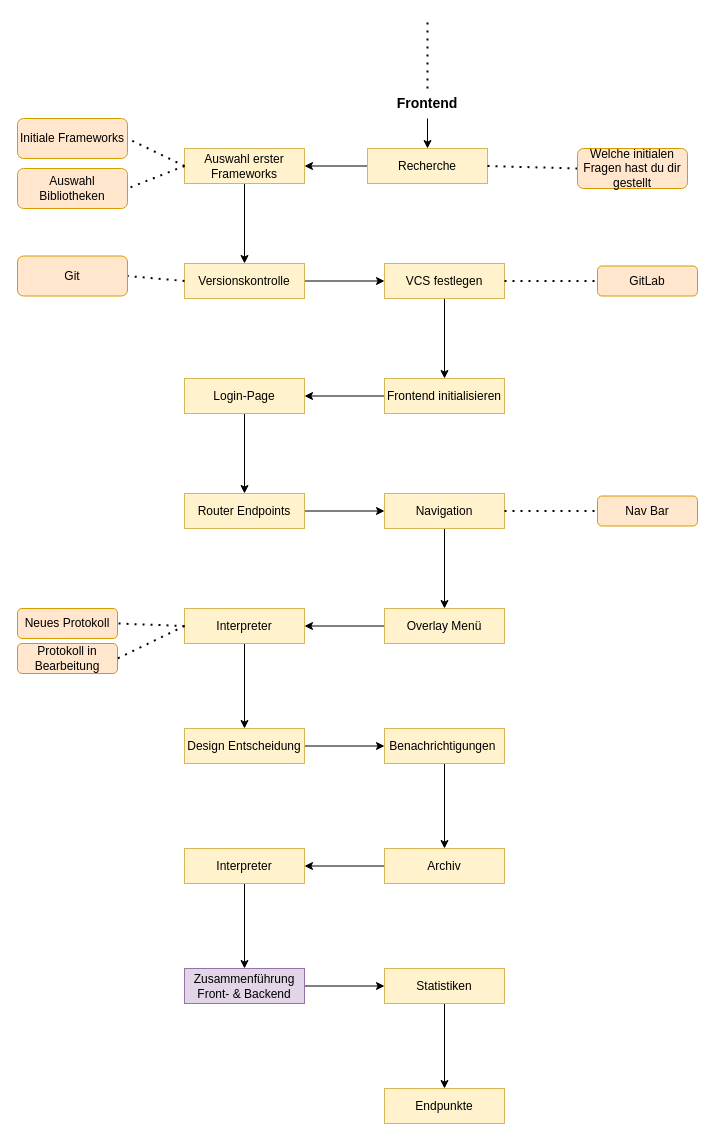
Earlier version of the draw.io diagram frontend/roadmap frontend/Roadmap_Frontend.drawio (SebastianGrab/ASP.NET_Backend). Source tidied: cells renumbered, new cells numbered last; positions are measured from the earlier drawing's top-left corner, leaving out a move shared by most shapes. Both pictures are drawn from the tidied source at 100%, with x=0, y=0 at pixel (17, 18).
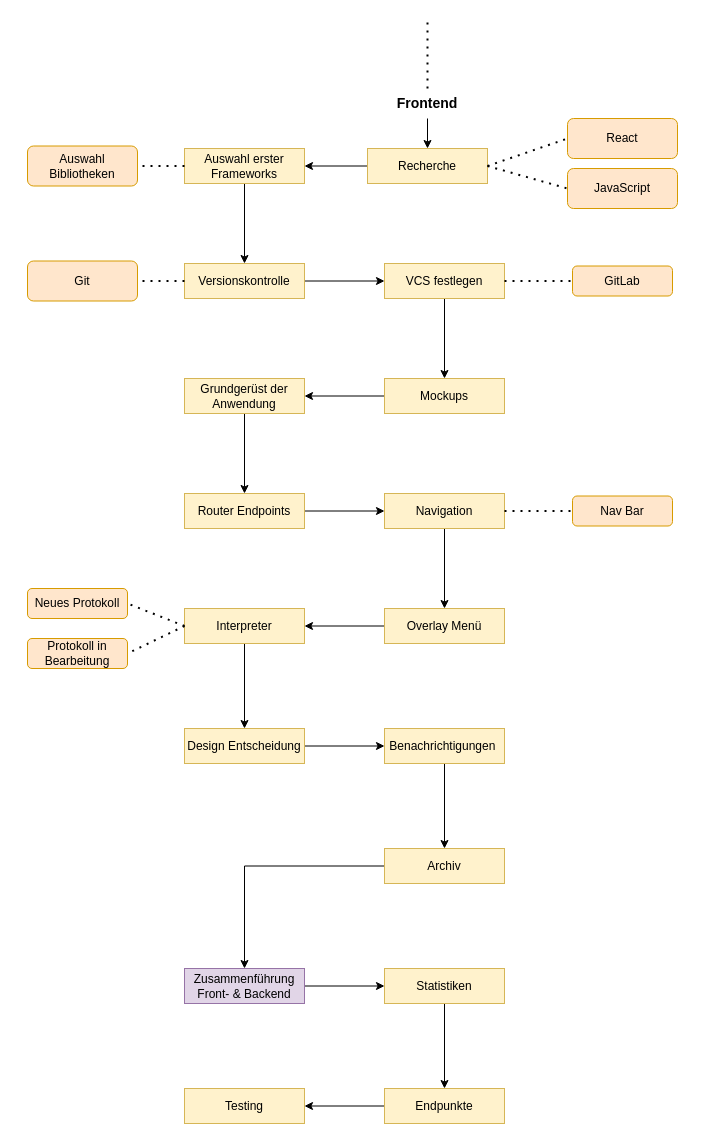
The same diagram, later.

Unchanged cells that the change refers to:
```xml
<mxCell id="6" value="Recherche" style="whiteSpace=wrap;html=1;fillColor=#fff2cc;strokeColor=#d6b656;" parent="1" vertex="1">
  <mxGeometry x="350" y="130" width="120" height="35" as="geometry" />
</mxCell>
<mxCell id="10" value="Auswahl erster Frameworks" style="whiteSpace=wrap;html=1;fillColor=#fff2cc;strokeColor=#d6b656;" parent="1" vertex="1">
  <mxGeometry x="167" y="130" width="120" height="35" as="geometry" />
</mxCell>
<mxCell id="46" value="Archiv" style="whiteSpace=wrap;html=1;fillColor=#fff2cc;strokeColor=#d6b656;" parent="1" vertex="1">
  <mxGeometry x="367" y="830" width="120" height="35" as="geometry" />
</mxCell>
<mxCell id="50" value="Zusammenführung Front- &amp;amp; Backend" style="whiteSpace=wrap;html=1;fillColor=#e1d5e7;strokeColor=#9673a6;" parent="1" vertex="1">
  <mxGeometry x="167" y="950" width="120" height="35" as="geometry" />
</mxCell>
<mxCell id="53" value="Endpunkte" style="whiteSpace=wrap;html=1;fillColor=#fff2cc;strokeColor=#d6b656;" parent="1" vertex="1">
  <mxGeometry x="367" y="1070" width="120" height="35" as="geometry" />
</mxCell>
```

Change to the diagram source:
```diff
@@
-    <mxCell id="8" value="Welche initialen Fragen hast du dir gestellt" style="rounded=1;whiteSpace=wrap;html=1;fillColor=#ffe6cc;strokeColor=#d79b00;" parent="1" vertex="1">
-      <mxGeometry x="560" y="130" width="110" height="40" as="geometry" />
+    <mxCell id="8" value="React" style="rounded=1;whiteSpace=wrap;html=1;fillColor=#ffe6cc;strokeColor=#d79b00;" parent="1" vertex="1">
+      <mxGeometry x="550" y="100" width="110" height="40" as="geometry" />
     </mxCell>
@@
-    <mxCell id="11" style="endArrow=none;dashed=1;html=1;dashPattern=1 3;strokeWidth=2;rounded=0;exitX=0;exitY=0.5;exitDx=0;exitDy=0;entryX=1;entryY=0.5;entryDx=0;entryDy=0;" parent="1" edge="1" source="10" target="12">
-      <mxGeometry relative="1" as="geometry" />
-    </mxCell>
-    <mxCell id="12" value="Initiale Frameworks" style="rounded=1;whiteSpace=wrap;html=1;fillColor=#ffe6cc;strokeColor=#d79b00;" parent="1" vertex="1">
-      <mxGeometry y="100" width="110" height="40" as="geometry" />
-    </mxCell>
@@
     <mxCell id="16" value="Git" style="rounded=1;whiteSpace=wrap;html=1;fillColor=#ffe6cc;strokeColor=#d79b00;" parent="1" vertex="1">
-      <mxGeometry y="237.5" width="110" height="40" as="geometry" />
+      <mxGeometry x="10" y="242.5" width="110" height="40" as="geometry" />
     </mxCell>
@@
     <mxCell id="20" value="GitLab" style="rounded=1;whiteSpace=wrap;html=1;fillColor=#ffe6cc;strokeColor=#d79b00;" parent="1" vertex="1">
-      <mxGeometry x="580" y="247.5" width="100" height="30" as="geometry" />
+      <mxGeometry x="555" y="247.5" width="100" height="30" as="geometry" />
     </mxCell>
@@
-    <mxCell id="22" value="Frontend initialisieren" style="whiteSpace=wrap;html=1;fillColor=#fff2cc;strokeColor=#d6b656;" parent="1" vertex="1">
+    <mxCell id="22" value="Mockups" style="whiteSpace=wrap;html=1;fillColor=#fff2cc;strokeColor=#d6b656;" parent="1" vertex="1">
       <mxGeometry x="367" y="360" width="120" height="35" as="geometry" />
     </mxCell>
@@
-    <mxCell id="24" value="Login-Page" style="whiteSpace=wrap;html=1;fillColor=#fff2cc;strokeColor=#d6b656;" parent="1" vertex="1">
+    <mxCell id="24" value="Grundgerüst der Anwendung" style="whiteSpace=wrap;html=1;fillColor=#fff2cc;strokeColor=#d6b656;" parent="1" vertex="1">
       <mxGeometry x="167" y="360" width="120" height="35" as="geometry" />
     </mxCell>
@@
     <mxCell id="31" value="Auswahl Bibliotheken" style="rounded=1;whiteSpace=wrap;html=1;fillColor=#ffe6cc;strokeColor=#d79b00;" parent="1" vertex="1">
-      <mxGeometry y="150" width="110" height="40" as="geometry" />
+      <mxGeometry x="10" y="127.5" width="110" height="40" as="geometry" />
     </mxCell>
@@
     <mxCell id="33" value="Nav Bar" style="rounded=1;whiteSpace=wrap;html=1;fillColor=#ffe6cc;strokeColor=#d79b00;" parent="1" vertex="1">
-      <mxGeometry x="580" y="477.5" width="100" height="30" as="geometry" />
+      <mxGeometry x="555" y="477.5" width="100" height="30" as="geometry" />
     </mxCell>
@@
     <mxCell id="37" value="Neues Protokoll" style="rounded=1;whiteSpace=wrap;html=1;fillColor=#ffe6cc;strokeColor=#d79b00;" parent="1" vertex="1">
-      <mxGeometry y="590" width="100" height="30" as="geometry" />
+      <mxGeometry x="10" y="570" width="100" height="30" as="geometry" />
     </mxCell>
@@
     <mxCell id="39" value="Protokoll in Bearbeitung" style="rounded=1;whiteSpace=wrap;html=1;fillColor=#ffe6cc;strokeColor=#d79b00;" parent="1" vertex="1">
-      <mxGeometry y="625" width="100" height="30" as="geometry" />
+      <mxGeometry x="10" y="620" width="100" height="30" as="geometry" />
     </mxCell>
@@
-    <mxCell id="45" style="edgeStyle=orthogonalEdgeStyle;rounded=0;jettySize=auto;html=1;" parent="1" edge="1" source="46" target="48">
+    <mxCell id="45" style="edgeStyle=orthogonalEdgeStyle;rounded=0;jettySize=auto;html=1;entryX=0.5;entryY=0;entryDx=0;entryDy=0;" parent="1" edge="1" source="46" target="50">
       <mxGeometry relative="1" as="geometry" />
     </mxCell>
@@
-    <mxCell id="47" style="edgeStyle=orthogonalEdgeStyle;rounded=0;jettySize=auto;html=1;" parent="1" edge="1" source="48" target="50">
-      <mxGeometry relative="1" as="geometry" />
-    </mxCell>
-    <mxCell id="48" value="Interpreter" style="whiteSpace=wrap;html=1;fillColor=#fff2cc;strokeColor=#d6b656;" parent="1" vertex="1">
-      <mxGeometry x="167" y="830" width="120" height="35" as="geometry" />
-    </mxCell>
@@
+    <mxCell id="54" style="edgeStyle=orthogonalEdgeStyle;rounded=0;jettySize=auto;html=1;" parent="1" edge="1" source="53">
+      <mxGeometry relative="1" as="geometry">
+        <mxPoint x="287" y="1087.5" as="targetPoint" />
+      </mxGeometry>
+    </mxCell>
@@
+    <mxCell id="55" value="JavaScript" style="rounded=1;whiteSpace=wrap;html=1;fillColor=#ffe6cc;strokeColor=#d79b00;" parent="1" vertex="1">
+      <mxGeometry x="550" y="150" width="110" height="40" as="geometry" />
+    </mxCell>
+    <mxCell id="56" style="endArrow=none;dashed=1;html=1;dashPattern=1 3;strokeWidth=2;rounded=0;exitX=1;exitY=0.5;exitDx=0;exitDy=0;entryX=0;entryY=0.5;entryDx=0;entryDy=0;" parent="1" edge="1" source="6" target="55">
+      <mxGeometry relative="1" as="geometry" />
+    </mxCell>
+    <mxCell id="57" value="Testing" style="whiteSpace=wrap;html=1;fillColor=#fff2cc;strokeColor=#d6b656;" parent="1" vertex="1">
+      <mxGeometry x="167" y="1070" width="120" height="35" as="geometry" />
+    </mxCell>
```
